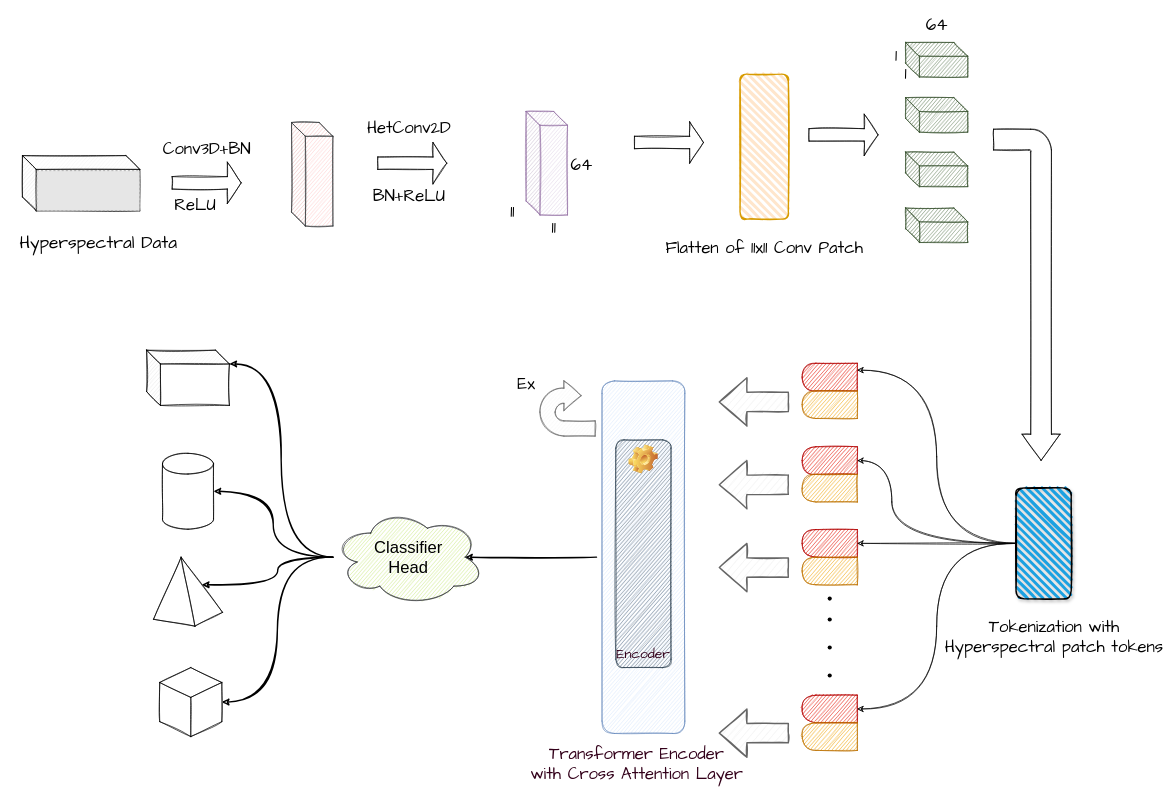
Before: Untitled Diagram.drawio in yzfzzz/DrawImage, a draw.io diagram. Source tidied: cells renumbered, new cells numbered last; positions are measured from the earlier drawing's top-left corner, leaving out a move shared by most shapes. Both pictures are drawn from the tidied source at 69%, with x=0, y=0 at pixel (12, 12). Pictures stored in the file or linked from it are replaced by grey dashed boxes.
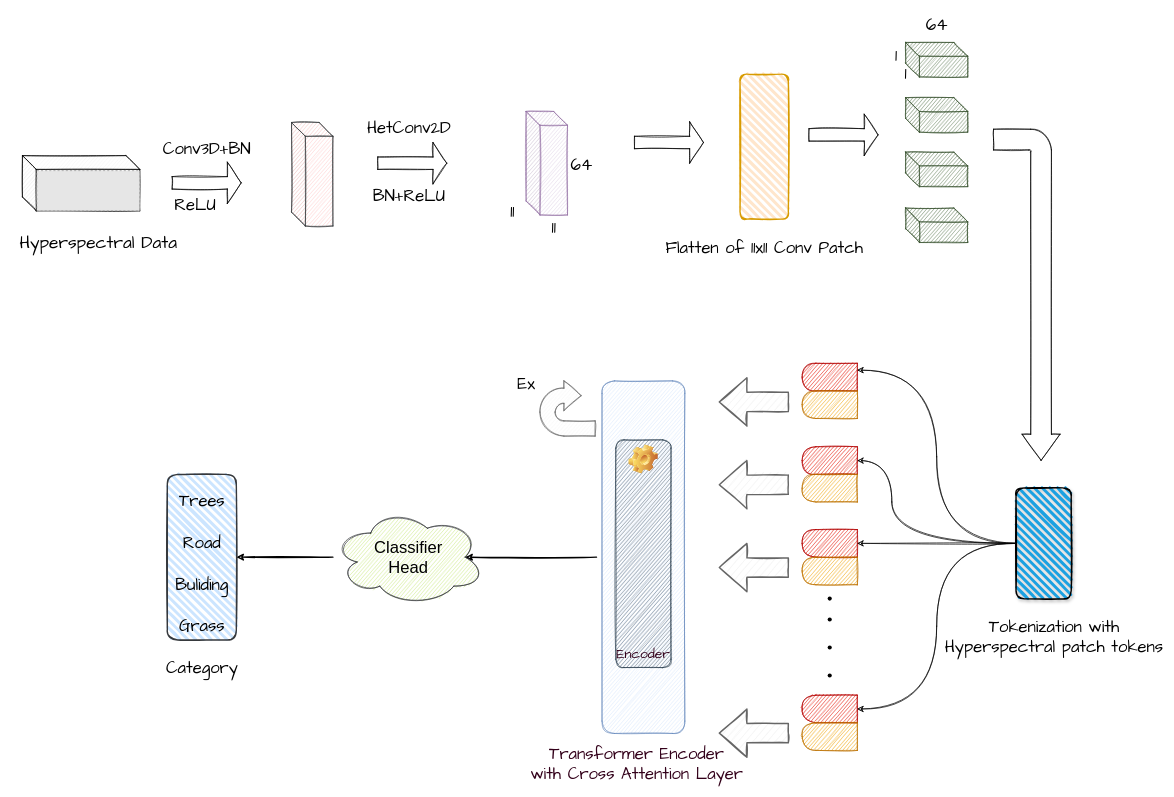
The same page after the edit.

The change refers to these unchanged cells:
```xml
<mxCell id="29" value="&lt;font style=&quot;font-size: 24px;&quot;&gt;Classifier&lt;br&gt;Head&lt;br&gt;&lt;/font&gt;" style="ellipse;shape=cloud;whiteSpace=wrap;html=1;align=center;shadow=0;sketch=1;fillColor=#cdeb8b;strokeColor=#36393d;" parent="1" vertex="1">
  <mxGeometry x="465" y="720" width="219" height="140" as="geometry" />
</mxCell>
```

Change to the diagram source:
```diff
@@
-    <mxCell id="25" style="edgeStyle=orthogonalEdgeStyle;curved=1;sketch=1;jettySize=auto;html=1;entryX=0;entryY=0;entryDx=119.99999999999999;entryDy=20;entryPerimeter=0;strokeWidth=2;" parent="1" edge="1" source="29" target="31">
-      <mxGeometry relative="1" as="geometry" />
-    </mxCell>
-    <mxCell id="26" style="edgeStyle=orthogonalEdgeStyle;curved=1;sketch=1;jettySize=auto;html=1;entryX=1;entryY=0.5;entryDx=0;entryDy=0;entryPerimeter=0;strokeWidth=2;" parent="1" edge="1" source="29" target="32">
-      <mxGeometry relative="1" as="geometry" />
-    </mxCell>
-    <mxCell id="27" style="edgeStyle=orthogonalEdgeStyle;curved=1;sketch=1;jettySize=auto;html=1;entryX=0;entryY=0;entryDx=70;entryDy=40;entryPerimeter=0;strokeWidth=2;" parent="1" edge="1" source="29" target="30">
-      <mxGeometry relative="1" as="geometry" />
-    </mxCell>
-    <mxCell id="28" style="edgeStyle=orthogonalEdgeStyle;curved=1;sketch=1;jettySize=auto;html=1;entryX=1;entryY=0.5;entryDx=0;entryDy=0;entryPerimeter=0;strokeWidth=2;" parent="1" edge="1" source="29" target="33">
-      <mxGeometry relative="1" as="geometry" />
-    </mxCell>
+    <mxCell id="70" style="edgeStyle=orthogonalEdgeStyle;rounded=0;jettySize=auto;html=1;entryX=1;entryY=0.5;entryDx=0;entryDy=0;sketch=1;strokeWidth=2;" parent="1" edge="1" source="29" target="71">
+      <mxGeometry relative="1" as="geometry" />
+    </mxCell>
@@
-    <mxCell id="30" style="verticalLabelPosition=bottom;verticalAlign=top;html=1;shape=mxgraph.basic.pyramid;dx1=0.4;dx2=0.6;dy1=0.9;dy2=0.8;shadow=0;sketch=1;" parent="1" vertex="1">
-      <mxGeometry x="205" y="790" width="100" height="100" as="geometry" />
-    </mxCell>
-    <mxCell id="31" style="shape=cube;whiteSpace=wrap;html=1;boundedLbl=1;backgroundOutline=1;darkOpacity=0.05;darkOpacity2=0.1;shadow=0;sketch=1;" parent="1" vertex="1">
-      <mxGeometry x="195" y="490" width="120" height="80" as="geometry" />
-    </mxCell>
-    <mxCell id="32" style="shape=cylinder3;whiteSpace=wrap;html=1;boundedLbl=1;backgroundOutline=1;size=15;shadow=0;sketch=1;" parent="1" vertex="1">
-      <mxGeometry x="218" y="639.5" width="74" height="110" as="geometry" />
-    </mxCell>
-    <mxCell id="33" style="html=1;whiteSpace=wrap;shape=isoCube2;backgroundOutline=1;isoAngle=15;shadow=0;sketch=1;" parent="1" vertex="1">
-      <mxGeometry x="214" y="950" width="90" height="100" as="geometry" />
-    </mxCell>
@@
+    <mxCell id="71" style="rounded=1;whiteSpace=wrap;html=1;strokeWidth=2;fillWeight=4;hachureGap=8;hachureAngle=45;fillColor=#cce5ff;sketch=1;strokeColor=#36393d;" parent="1" vertex="1">
+      <mxGeometry x="225" y="670" width="100" height="240" as="geometry" />
+    </mxCell>
+    <mxCell id="72" value="&lt;span style=&quot;font-weight: 400;&quot;&gt;&lt;font face=&quot;Comic Sans MS&quot;&gt;Category&lt;/font&gt;&lt;/span&gt;" style="text;strokeColor=none;fillColor=none;html=1;fontSize=24;fontStyle=1;verticalAlign=middle;align=center;" parent="1" vertex="1">
+      <mxGeometry x="225" y="930" width="100" height="40" as="geometry" />
+    </mxCell>
+    <mxCell id="73" value="&lt;span style=&quot;font-weight: normal;&quot;&gt;Trees&lt;/span&gt;" style="text;strokeColor=none;fillColor=none;html=1;fontSize=24;fontStyle=1;verticalAlign=middle;align=center;fontFamily=Comic Sans MS;" parent="1" vertex="1">
+      <mxGeometry x="225" y="689.5" width="100" height="40" as="geometry" />
+    </mxCell>
+    <mxCell id="74" value="&lt;span style=&quot;font-weight: 400;&quot;&gt;Road&lt;/span&gt;" style="text;strokeColor=none;fillColor=none;html=1;fontSize=24;fontStyle=1;verticalAlign=middle;align=center;fontFamily=Comic Sans MS;" parent="1" vertex="1">
+      <mxGeometry x="225" y="750" width="100" height="40" as="geometry" />
+    </mxCell>
+    <mxCell id="75" value="&lt;span style=&quot;font-weight: 400;&quot;&gt;Buliding&lt;/span&gt;" style="text;strokeColor=none;fillColor=none;html=1;fontSize=24;fontStyle=1;verticalAlign=middle;align=center;fontFamily=Comic Sans MS;" parent="1" vertex="1">
+      <mxGeometry x="225" y="810.5" width="100" height="40" as="geometry" />
+    </mxCell>
+    <mxCell id="76" value="&lt;span style=&quot;font-weight: 400;&quot;&gt;Grass&lt;/span&gt;" style="text;strokeColor=none;fillColor=none;html=1;fontSize=24;fontStyle=1;verticalAlign=middle;align=center;fontFamily=Comic Sans MS;" parent="1" vertex="1">
+      <mxGeometry x="225" y="870" width="100" height="40" as="geometry" />
+    </mxCell>
```
